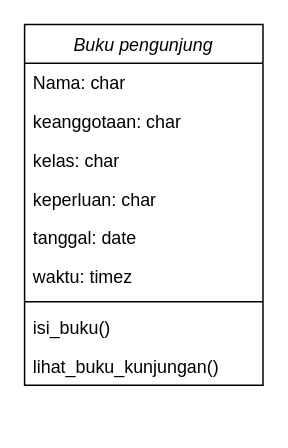
The draw.io diagram Class-Dia.drawio in Ega-Wirausaha/perpus-digital, before the edit. Source tidied: cells renumbered, new cells numbered last; positions are measured from the earlier drawing's top-left corner, leaving out a move shared by most shapes. Both pictures are drawn from the tidied source at 149%, with x=0, y=0 at pixel (24, 24).
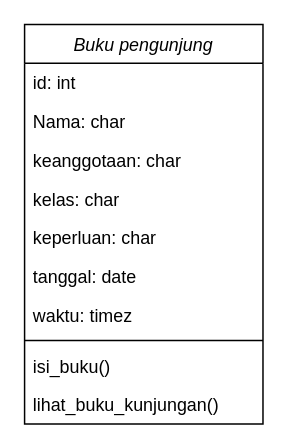
The same diagram, later.

What changed in the source:
```diff
@@
 <mxGraphModel>
   <root>
     <mxCell id="0" />
     <mxCell id="1" parent="0" />
     <mxCell id="2" value="Buku pengunjung" style="swimlane;fontStyle=2;align=center;verticalAlign=top;horizontal=1;startSize=26;rounded=0;shadow=0;strokeWidth=1;" parent="1" vertex="1">
-      <mxGeometry width="160" height="242" as="geometry" />
+      <mxGeometry width="160" height="268" as="geometry" />
     </mxCell>
-    <mxCell id="3" value="Nama: char" style="text;align=left;verticalAlign=top;spacingLeft=4;spacingRight=4;overflow=hidden;" parent="2" vertex="1">
+    <mxCell id="3" value="id: int" style="text;align=left;verticalAlign=top;spacingLeft=4;spacingRight=4;overflow=hidden;" parent="2" vertex="1">
       <mxGeometry y="26" width="160" height="26" as="geometry" />
     </mxCell>
+    <mxCell id="12" value="Nama: char" style="text;align=left;verticalAlign=top;spacingLeft=4;spacingRight=4;overflow=hidden;" parent="2" vertex="1">
+      <mxGeometry y="52" width="160" height="26" as="geometry" />
+    </mxCell>
     <mxCell id="4" value="keanggotaan: char" style="text;align=left;verticalAlign=top;spacingLeft=4;spacingRight=4;overflow=hidden;rounded=0;shadow=0;html=0;" parent="2" vertex="1">
-      <mxGeometry y="52" width="160" height="26" as="geometry" />
+      <mxGeometry y="78" width="160" height="26" as="geometry" />
     </mxCell>
     <mxCell id="5" value="kelas: char" style="text;align=left;verticalAlign=top;spacingLeft=4;spacingRight=4;overflow=hidden;rounded=0;shadow=0;html=0;" parent="2" vertex="1">
-      <mxGeometry y="78" width="160" height="26" as="geometry" />
+      <mxGeometry y="104" width="160" height="26" as="geometry" />
     </mxCell>
     <mxCell id="6" value="keperluan: char" style="text;align=left;verticalAlign=top;spacingLeft=4;spacingRight=4;overflow=hidden;rounded=0;shadow=0;html=0;" parent="2" vertex="1">
-      <mxGeometry y="104" width="160" height="26" as="geometry" />
+      <mxGeometry y="130" width="160" height="26" as="geometry" />
     </mxCell>
     <mxCell id="7" value="tanggal: date" style="text;align=left;verticalAlign=top;spacingLeft=4;spacingRight=4;overflow=hidden;rounded=0;shadow=0;html=0;" parent="2" vertex="1">
-      <mxGeometry y="130" width="160" height="26" as="geometry" />
+      <mxGeometry y="156" width="160" height="26" as="geometry" />
     </mxCell>
     <mxCell id="8" value="waktu: timez" style="text;align=left;verticalAlign=top;spacingLeft=4;spacingRight=4;overflow=hidden;rounded=0;shadow=0;html=0;" parent="2" vertex="1">
-      <mxGeometry y="156" width="160" height="26" as="geometry" />
+      <mxGeometry y="182" width="160" height="26" as="geometry" />
     </mxCell>
     <mxCell id="9" style="line;html=1;strokeWidth=1;align=left;verticalAlign=middle;spacingTop=-1;spacingLeft=3;spacingRight=3;labelPosition=right;" parent="2" vertex="1">
-      <mxGeometry y="182" width="160" height="8" as="geometry" />
+      <mxGeometry y="208" width="160" height="8" as="geometry" />
     </mxCell>
     <mxCell id="10" value="isi_buku()" style="text;align=left;verticalAlign=top;spacingLeft=4;spacingRight=4;overflow=hidden;" parent="2" vertex="1">
-      <mxGeometry y="190" width="160" height="26" as="geometry" />
+      <mxGeometry y="216" width="160" height="26" as="geometry" />
     </mxCell>
     <mxCell id="11" value="lihat_buku_kunjungan()" style="text;align=left;verticalAlign=top;spacingLeft=4;spacingRight=4;overflow=hidden;" parent="2" vertex="1">
-      <mxGeometry y="216" width="160" height="26" as="geometry" />
+      <mxGeometry y="242" width="160" height="26" as="geometry" />
     </mxCell>
   </root>
 </mxGraphModel>
```
